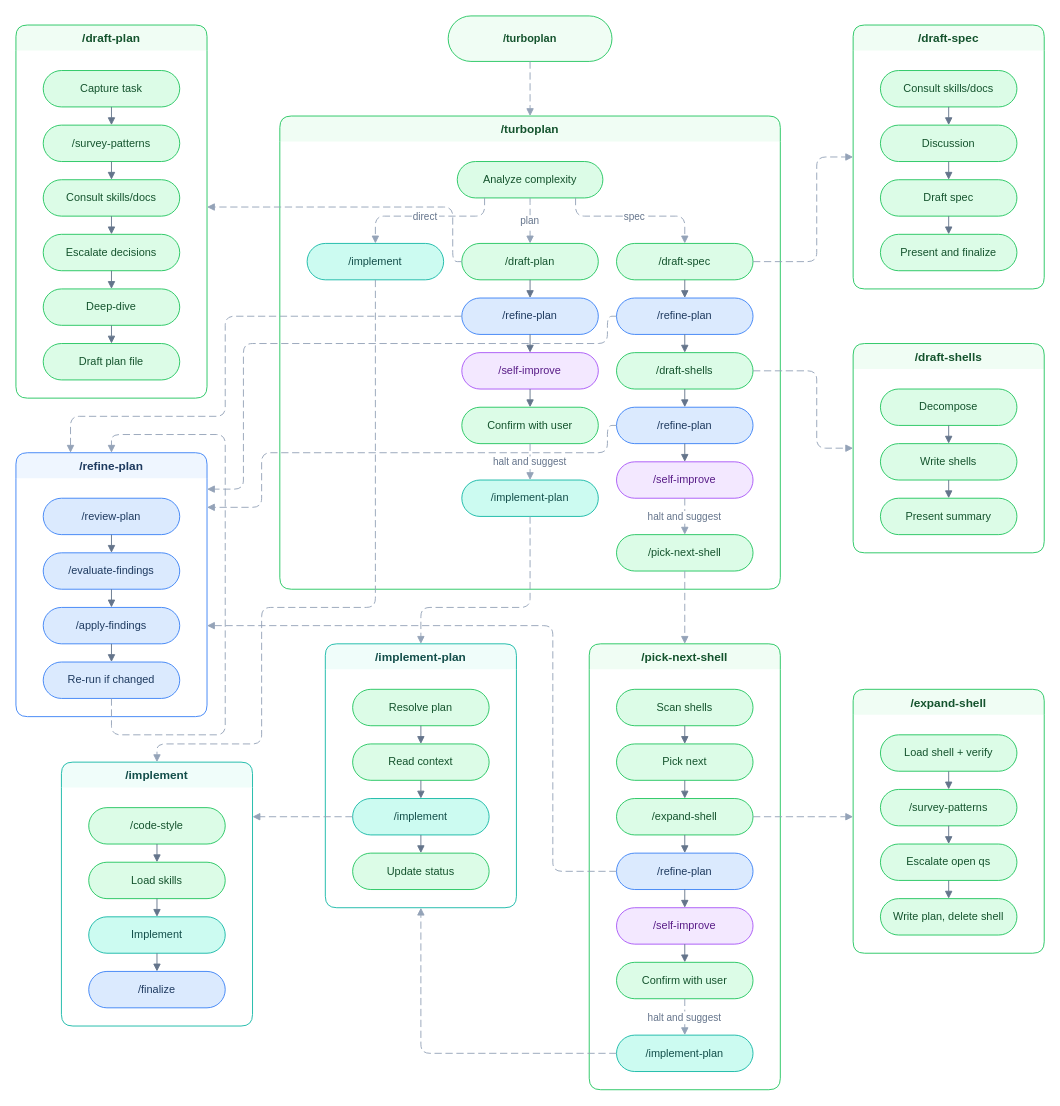
The draw.io diagram assets/how-turboplan-connects.drawio in tobihagemann/turbo, before the edit. Source tidied: cells renumbered, new cells numbered last; positions are measured from the earlier drawing's top-left corner, leaving out a move shared by most shapes. Both pictures are drawn from the tidied source at 91%, with x=0, y=0 at pixel (15, 15).
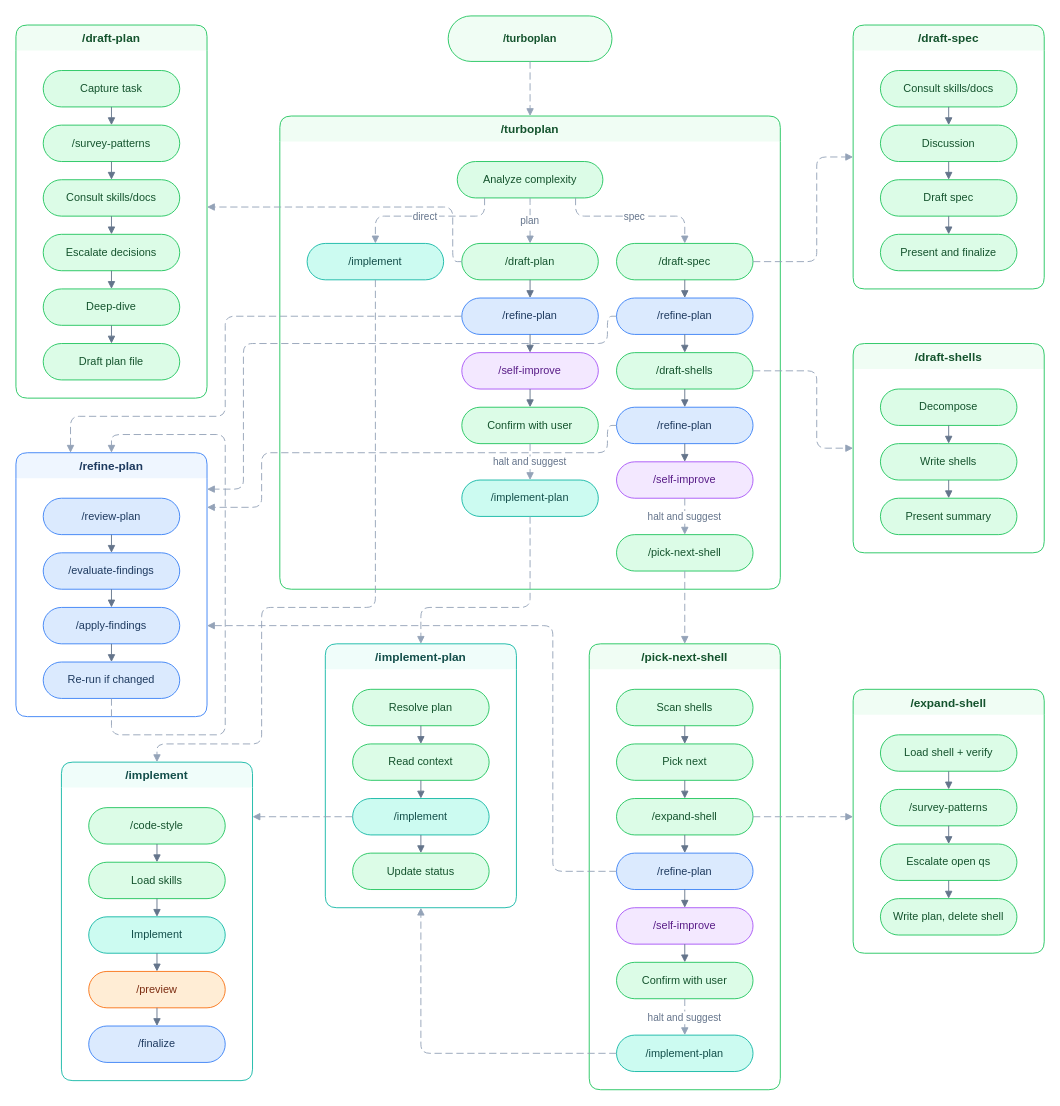
The same diagram, later.

Commit message (it also covers changes not shown here):
Add /preview skill and run it from /implement before /finalize for UI/UX changes

Unchanged cells that the change refers to:
```xml
<mxCell id="109" value="Implement" style="rounded=1;whiteSpace=wrap;html=1;arcSize=50;fillColor=#ccfbf1;strokeColor=#14b8a6;fontColor=#134e4a;fontSize=12;" parent="106" vertex="1">
  <mxGeometry x="30" y="170" width="150" height="40" as="geometry" />
</mxCell>
```

Diff of the diagram source:
```diff
@@
     <mxCell id="106" value="/implement" style="swimlane;startSize=28;rounded=1;fillColor=#f0fdfa;strokeColor=#14b8a6;fontColor=#134e4a;fontStyle=1;fontSize=13;swimlaneLine=0;" parent="1" vertex="1">
-      <mxGeometry x="50" y="820" width="210" height="290" as="geometry" />
+      <mxGeometry x="50" y="820" width="210" height="350" as="geometry" />
     </mxCell>
@@
+    <mxCell id="116" value="/preview" style="rounded=1;whiteSpace=wrap;html=1;arcSize=50;fillColor=#ffedd5;strokeColor=#f97316;fontColor=#7c2d12;fontSize=12;" parent="106" vertex="1">
+      <mxGeometry x="30" y="230" width="150" height="40" as="geometry" />
+    </mxCell>
     <mxCell id="110" value="/finalize" style="rounded=1;whiteSpace=wrap;html=1;arcSize=50;fillColor=#dbeafe;strokeColor=#3b82f6;fontColor=#1e3a5f;fontSize=12;" parent="106" vertex="1">
-      <mxGeometry x="30" y="230" width="150" height="40" as="geometry" />
+      <mxGeometry x="30" y="290" width="150" height="40" as="geometry" />
     </mxCell>
@@
-    <mxCell id="113" style="endArrow=block;endFill=1;rounded=1;edgeStyle=orthogonalEdgeStyle;strokeColor=#64748b;" parent="106" edge="1" source="109" target="110">
+    <mxCell id="113" style="endArrow=block;endFill=1;rounded=1;edgeStyle=orthogonalEdgeStyle;strokeColor=#64748b;" parent="106" edge="1" source="109" target="116">
       <mxGeometry relative="1" as="geometry" />
     </mxCell>
+    <mxCell id="117" style="endArrow=block;endFill=1;rounded=1;edgeStyle=orthogonalEdgeStyle;strokeColor=#64748b;" parent="106" edge="1" source="116" target="110">
+      <mxGeometry relative="1" as="geometry" />
+    </mxCell>
```
